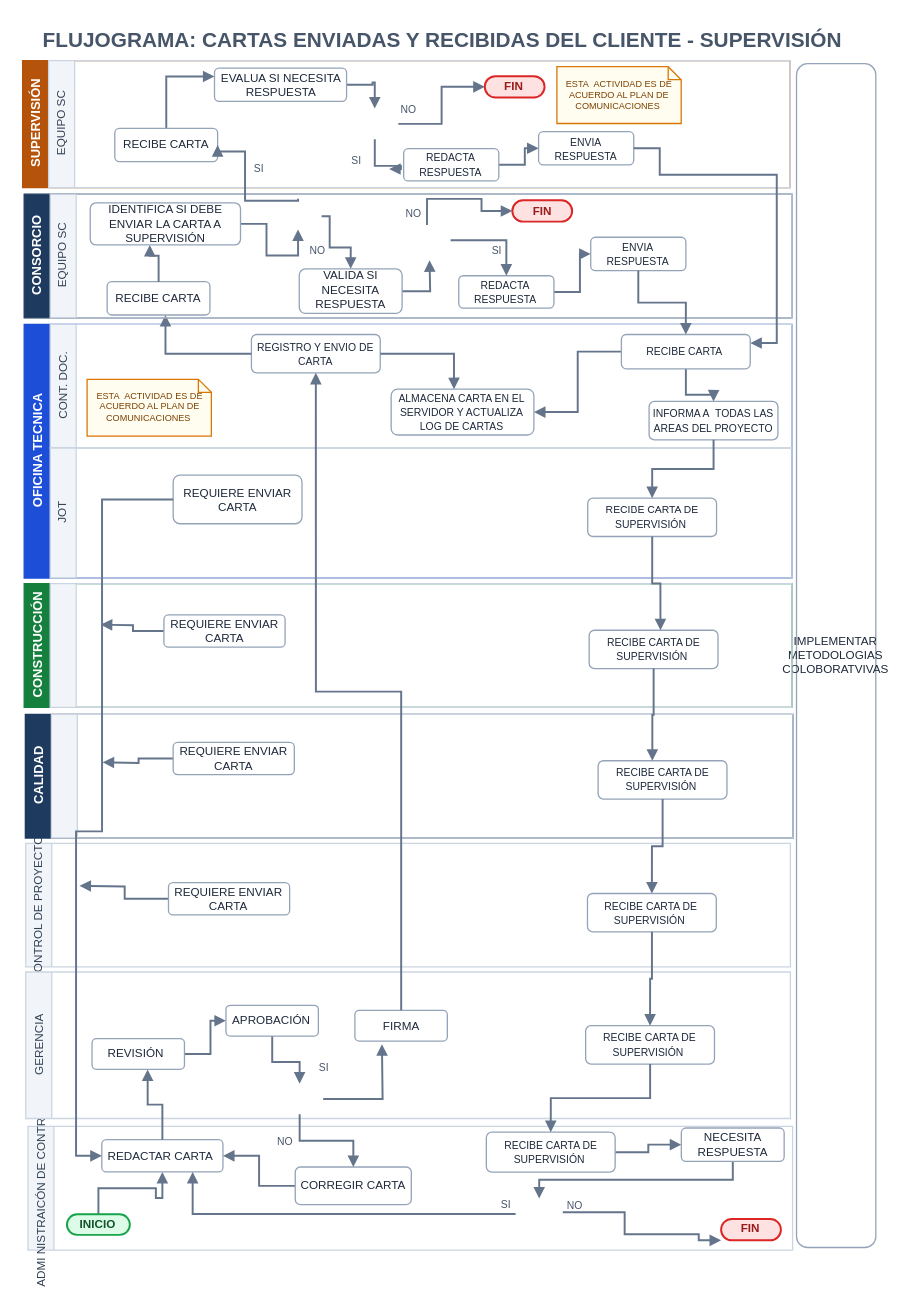
ehchavezm-hub/15-otazangaro keeps this draw.io diagram as flujogramas_v2/Flujo_Cartas_Envio_Recepcion_Cliente_-_Supervision_2026_revA.drawio. Above is the earlier version. Source tidied: cells renumbered, new cells numbered last; positions are measured from the earlier drawing's top-left corner, leaving out a move shared by most shapes. Both pictures are drawn from the tidied source at 130%, with x=0, y=0 at pixel (22, 22).
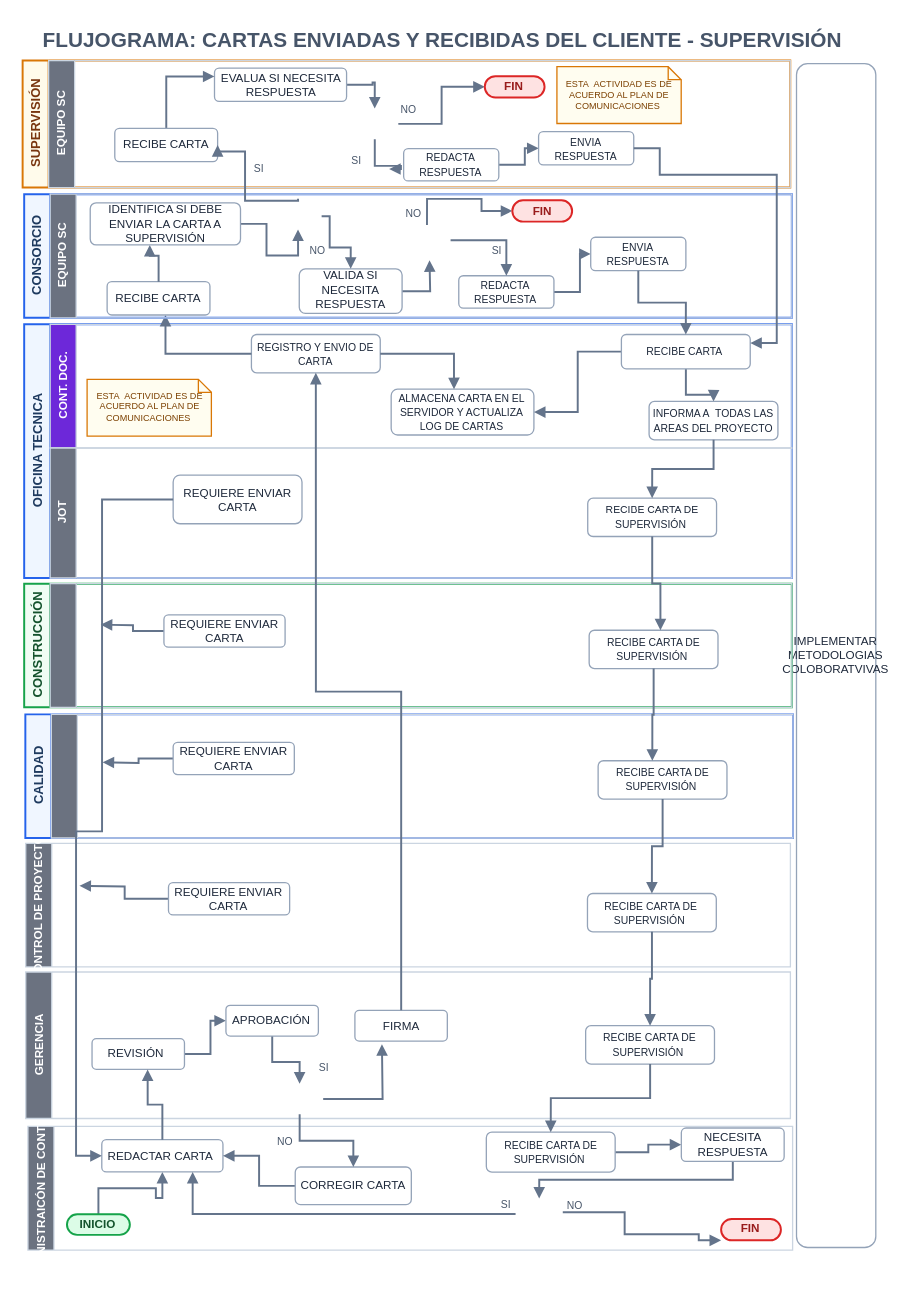
The same page after the edit.

The edit, as a diff of the source:
```diff
@@
-    <mxCell id="2" value="SUPERVISIÓN" style="swimlane;startFill=1;horizontal=0;startSize=20;html=1;fillColor=#B45309;strokeColor=#B45309;fontColor=#FFFFFF;fontFamily=Helvetica;fontSize=10;fontStyle=1;swimlaneLine=1;" parent="1" vertex="1">
+    <mxCell id="2" value="SUPERVISIÓN" style="swimlane;startFill=0;horizontal=0;startSize=20;html=1;swimlaneLine=1;fillColor=#FFFBEB;strokeColor=#D97706;strokeWidth=1.5;fontColor=#78350F;fontFamily=Helvetica;fontSize=10;fontStyle=1;" parent="1" vertex="1">
       <mxGeometry x="-0.1" y="29.1" width="590.5" height="97.7" as="geometry" />
     </mxCell>
-    <mxCell id="3" value="EQUIPO SC" style="swimlane;startFill=1;swimlaneLine=1;startSize=20;horizontal=0;html=1;fillColor=#F1F5F9;strokeColor=#CBD5E1;fontColor=#334155;fontFamily=Helvetica;fontSize=9;fontStyle=0;" parent="2" vertex="1">
+    <mxCell id="3" value="EQUIPO SC" style="swimlane;startFill=1;swimlaneLine=1;startSize=20;horizontal=0;html=1;fillColor=#6B7280;strokeColor=#CBD5E1;fontColor=#FFFFFF;fontFamily=Helvetica;fontSize=9;fontStyle=1;" parent="2" vertex="1">
       <mxGeometry x="20" width="570.5" height="97.7" as="geometry" />
     </mxCell>
@@
-    <mxCell id="19" value="OFICINA TECNICA" style="swimlane;startFill=1;horizontal=0;startSize=20;html=1;fillColor=#1D4ED8;strokeColor=#1D4ED8;fontColor=#FFFFFF;fontFamily=Helvetica;fontSize=10;fontStyle=1;swimlaneLine=1;" parent="1" vertex="1">
+    <mxCell id="19" value="OFICINA TECNICA" style="swimlane;startFill=0;horizontal=0;startSize=20;html=1;swimlaneLine=1;fillColor=#EFF6FF;strokeColor=#2563EB;strokeWidth=1.5;fontColor=#1E3A5F;fontFamily=Helvetica;fontSize=10;fontStyle=1;" parent="1" vertex="1">
       <mxGeometry x="1.1" y="232" width="590.5" height="195.1" as="geometry" />
     </mxCell>
-    <mxCell id="20" value="CONT. DOC." style="swimlane;startFill=1;swimlaneLine=1;startSize=20;horizontal=0;html=1;fillColor=#F1F5F9;strokeColor=#CBD5E1;fontColor=#334155;fontFamily=Helvetica;fontSize=9;fontStyle=0;" parent="19" vertex="1">
+    <mxCell id="20" value="CONT. DOC." style="swimlane;startFill=1;swimlaneLine=1;startSize=20;horizontal=0;html=1;fillColor=#6D28D9;strokeColor=#CBD5E1;fontColor=#FFFFFF;fontFamily=Helvetica;fontSize=9;fontStyle=1;" parent="19" vertex="1">
       <mxGeometry x="20" width="570.5" height="95.1" as="geometry" />
     </mxCell>
@@
-    <mxCell id="29" value="JOT" style="swimlane;startFill=1;swimlaneLine=1;startSize=20;horizontal=0;html=1;fillColor=#F1F5F9;strokeColor=#CBD5E1;fontColor=#334155;fontFamily=Helvetica;fontSize=9;fontStyle=0;" parent="19" vertex="1">
+    <mxCell id="29" value="JOT" style="swimlane;startFill=1;swimlaneLine=1;startSize=20;horizontal=0;html=1;fillColor=#6B7280;strokeColor=#CBD5E1;fontColor=#FFFFFF;fontFamily=Helvetica;fontSize=9;fontStyle=1;" parent="19" vertex="1">
       <mxGeometry x="20" y="95.1" width="570.5" height="100" as="geometry" />
     </mxCell>
@@
-    <mxCell id="34" value="CONSTRUCCIÓN" style="swimlane;startFill=1;horizontal=0;startSize=20;html=1;fillColor=#15803D;strokeColor=#15803D;fontColor=#FFFFFF;fontFamily=Helvetica;fontSize=10;fontStyle=1;swimlaneLine=1;" parent="1" vertex="1">
+    <mxCell id="34" value="CONSTRUCCIÓN" style="swimlane;startFill=0;horizontal=0;startSize=20;html=1;swimlaneLine=1;fillColor=#F0FDF4;strokeColor=#16A34A;strokeWidth=1.5;fontColor=#14532D;fontFamily=Helvetica;fontSize=10;fontStyle=1;" parent="1" vertex="1">
       <mxGeometry x="1.1" y="431.5" width="590.5" height="95.1" as="geometry" />
     </mxCell>
-    <mxCell id="35" style="swimlane;startFill=1;swimlaneLine=1;startSize=20;horizontal=0;html=1;fillColor=#F1F5F9;strokeColor=#CBD5E1;fontColor=#334155;fontFamily=Helvetica;fontSize=9;fontStyle=0;" parent="34" vertex="1">
+    <mxCell id="35" style="swimlane;startFill=1;swimlaneLine=1;startSize=20;horizontal=0;html=1;fillColor=#6B7280;strokeColor=#CBD5E1;fontColor=#FFFFFF;fontFamily=Helvetica;fontSize=9;fontStyle=1;" parent="34" vertex="1">
       <mxGeometry x="20" width="570.5" height="95.1" as="geometry" />
     </mxCell>
@@
-    <mxCell id="40" value="CONTROL DE PROYECTOS" style="swimlane;startFill=1;swimlaneLine=1;startSize=20;horizontal=0;html=1;fillColor=#F1F5F9;strokeColor=#CBD5E1;fontColor=#334155;fontFamily=Helvetica;fontSize=9;fontStyle=0;" parent="1" vertex="1">
+    <mxCell id="40" value="CONTROL DE PROYECTOS" style="swimlane;startFill=1;swimlaneLine=1;startSize=20;horizontal=0;html=1;fillColor=#6B7280;strokeColor=#CBD5E1;fontColor=#FFFFFF;fontFamily=Helvetica;fontSize=9;fontStyle=1;" parent="1" vertex="1">
       <mxGeometry x="2.3" y="631.2" width="588.2" height="95.1" as="geometry" />
     </mxCell>
@@
-    <mxCell id="44" value="CALIDAD" style="swimlane;startFill=1;horizontal=0;startSize=20;html=1;fillColor=#1E3A5F;strokeColor=#1E3A5F;fontColor=#FFFFFF;fontFamily=Helvetica;fontSize=10;fontStyle=1;swimlaneLine=1;" parent="1" vertex="1">
+    <mxCell id="44" value="CALIDAD" style="swimlane;startFill=0;horizontal=0;startSize=20;html=1;swimlaneLine=1;fillColor=#F0F6FF;strokeColor=#2563EB;strokeWidth=1.5;fontColor=#1E3A5F;fontFamily=Helvetica;fontSize=10;fontStyle=1;" parent="1" vertex="1">
       <mxGeometry x="2" y="532" width="590.5" height="95.1" as="geometry" />
     </mxCell>
-    <mxCell id="45" style="swimlane;startFill=1;swimlaneLine=1;startSize=20;horizontal=0;html=1;fillColor=#F1F5F9;strokeColor=#CBD5E1;fontColor=#334155;fontFamily=Helvetica;fontSize=9;fontStyle=0;" parent="44" vertex="1">
+    <mxCell id="45" style="swimlane;startFill=1;swimlaneLine=1;startSize=20;horizontal=0;html=1;fillColor=#6B7280;strokeColor=#CBD5E1;fontColor=#FFFFFF;fontFamily=Helvetica;fontSize=9;fontStyle=1;" parent="44" vertex="1">
       <mxGeometry x="20" width="570.5" height="95.1" as="geometry" />
     </mxCell>
@@
-    <mxCell id="49" value="ADMI NISTRAICÓN DE CONTRATOS" style="swimlane;startFill=1;swimlaneLine=1;startSize=20;horizontal=0;html=1;fillColor=#F1F5F9;strokeColor=#CBD5E1;fontColor=#334155;fontFamily=Helvetica;fontSize=9;fontStyle=0;" parent="1" vertex="1">
+    <mxCell id="49" value="ADMI NISTRAICÓN DE CONTRATOS" style="swimlane;startFill=1;swimlaneLine=1;startSize=20;horizontal=0;html=1;fillColor=#6B7280;strokeColor=#CBD5E1;fontColor=#FFFFFF;fontFamily=Helvetica;fontSize=9;fontStyle=1;" parent="1" vertex="1">
       <mxGeometry x="4" y="849" width="588.2" height="95.1" as="geometry" />
     </mxCell>
@@
-    <mxCell id="66" value="GERENCIA" style="swimlane;startFill=1;swimlaneLine=1;startSize=20;horizontal=0;html=1;fillColor=#F1F5F9;strokeColor=#CBD5E1;fontColor=#334155;fontFamily=Helvetica;fontSize=9;fontStyle=0;" parent="1" vertex="1">
+    <mxCell id="66" value="GERENCIA" style="swimlane;startFill=1;swimlaneLine=1;startSize=20;horizontal=0;html=1;fillColor=#6B7280;strokeColor=#CBD5E1;fontColor=#FFFFFF;fontFamily=Helvetica;fontSize=9;fontStyle=1;" parent="1" vertex="1">
       <mxGeometry x="2.3" y="730.2" width="588.2" height="112.7" as="geometry" />
     </mxCell>
@@
-    <mxCell id="85" value="CONSORCIO" style="swimlane;startFill=1;horizontal=0;startSize=20;html=1;fillColor=#1E3A5F;strokeColor=#1E3A5F;fontColor=#FFFFFF;fontFamily=Helvetica;fontSize=10;fontStyle=1;swimlaneLine=1;" parent="1" vertex="1">
+    <mxCell id="85" value="CONSORCIO" style="swimlane;startFill=0;horizontal=0;startSize=20;html=1;swimlaneLine=1;fillColor=#F0F6FF;strokeColor=#2563EB;strokeWidth=1.5;fontColor=#1E3A5F;fontFamily=Helvetica;fontSize=10;fontStyle=1;" parent="1" vertex="1">
       <mxGeometry x="1.1" y="131.9" width="590.5" height="95.1" as="geometry" />
     </mxCell>
-    <mxCell id="86" value="EQUIPO SC" style="swimlane;startFill=1;swimlaneLine=1;startSize=20;horizontal=0;html=1;fillColor=#F1F5F9;strokeColor=#CBD5E1;fontColor=#334155;fontFamily=Helvetica;fontSize=9;fontStyle=0;" parent="85" vertex="1">
+    <mxCell id="86" value="EQUIPO SC" style="swimlane;startFill=1;swimlaneLine=1;startSize=20;horizontal=0;html=1;fillColor=#6B7280;strokeColor=#CBD5E1;fontColor=#FFFFFF;fontFamily=Helvetica;fontSize=9;fontStyle=1;" parent="85" vertex="1">
       <mxGeometry x="20" width="570.5" height="95.1" as="geometry" />
     </mxCell>
```
